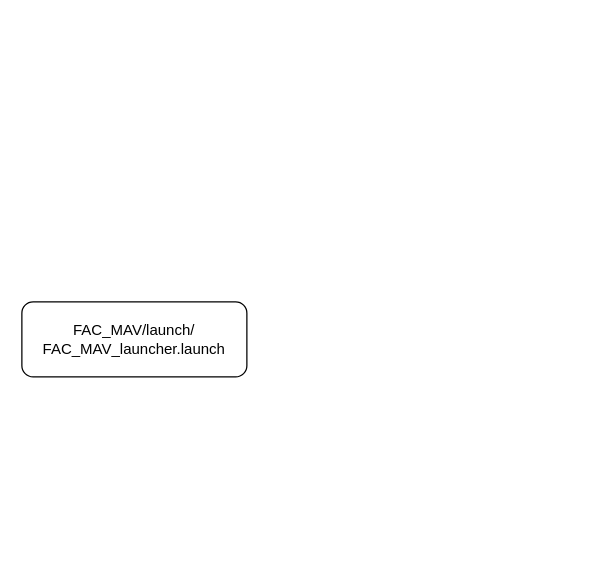
Before: Drone_Code_flow-chart.drawio in RealChestnut/RealChestnut, a draw.io diagram. Source tidied: cells renumbered, new cells numbered last; positions are measured from the earlier drawing's top-left corner, leaving out a move shared by most shapes. Both pictures are drawn from the tidied source at 125%, with x=0, y=0 at pixel (21, 301).
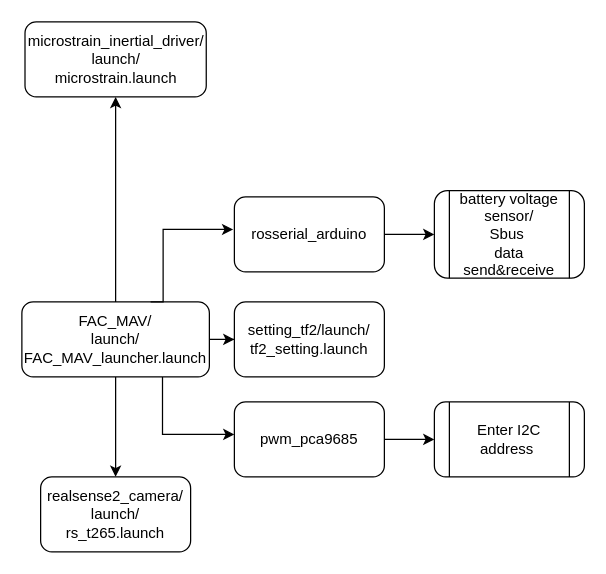
The same diagram, later.

Change to the diagram source:
```diff
@@
+    <mxCell id="3" style="edgeStyle=orthogonalEdgeStyle;rounded=0;jettySize=auto;html=1;" parent="1" edge="1" source="2" target="6">
+      <mxGeometry relative="1" as="geometry" />
+    </mxCell>
+    <mxCell id="4" style="edgeStyle=orthogonalEdgeStyle;rounded=0;jettySize=auto;html=1;" parent="1" edge="1" source="2" target="7">
+      <mxGeometry relative="1" as="geometry" />
+    </mxCell>
+    <mxCell id="5" style="edgeStyle=orthogonalEdgeStyle;rounded=0;jettySize=auto;html=1;" parent="1" edge="1" source="2" target="8">
+      <mxGeometry relative="1" as="geometry" />
+    </mxCell>
-    <mxCell id="2" value="FAC_MAV/launch/&lt;br&gt;FAC_MAV_launcher.launch" style="rounded=1;whiteSpace=wrap;html=1;" parent="1" vertex="1">
-      <mxGeometry width="180" height="60" as="geometry" />
+    <mxCell id="2" value="FAC_MAV/&lt;br&gt;launch/&lt;br&gt;FAC_MAV_launcher.launch" style="rounded=1;whiteSpace=wrap;html=1;" parent="1" vertex="1">
+      <mxGeometry width="150" height="60" as="geometry" />
     </mxCell>
+    <mxCell id="6" value="setting_tf2/launch/&lt;br&gt;tf2_setting.launch" style="whiteSpace=wrap;html=1;rounded=1;" parent="1" vertex="1">
+      <mxGeometry x="170" width="120" height="60" as="geometry" />
+    </mxCell>
+    <mxCell id="7" value="microstrain_inertial_driver/&lt;br&gt;launch/&lt;br&gt;microstrain.launch" style="whiteSpace=wrap;html=1;rounded=1;" parent="1" vertex="1">
+      <mxGeometry x="2.5" y="-224" width="145" height="60" as="geometry" />
+    </mxCell>
+    <mxCell id="8" value="realsense2_camera/&lt;br&gt;launch/&lt;br&gt;rs_t265.launch" style="whiteSpace=wrap;html=1;rounded=1;" parent="1" vertex="1">
+      <mxGeometry x="15" y="140" width="120" height="60" as="geometry" />
+    </mxCell>
+    <mxCell id="9" style="edgeStyle=orthogonalEdgeStyle;rounded=0;jettySize=auto;html=1;exitX=0.75;exitY=1;exitDx=0;exitDy=0;" parent="1" edge="1" source="2">
+      <mxGeometry relative="1" as="geometry">
+        <mxPoint x="170" y="106" as="targetPoint" />
+        <Array as="points">
+          <mxPoint x="113" y="106" />
+        </Array>
+      </mxGeometry>
+    </mxCell>
+    <mxCell id="10" style="edgeStyle=orthogonalEdgeStyle;rounded=0;jettySize=auto;html=1;" parent="1" edge="1" source="11" target="15">
+      <mxGeometry relative="1" as="geometry" />
+    </mxCell>
+    <mxCell id="11" value="pwm_pca9685" style="whiteSpace=wrap;html=1;rounded=1;" parent="1" vertex="1">
+      <mxGeometry x="170" y="80" width="120" height="60" as="geometry" />
+    </mxCell>
+    <mxCell id="12" style="edgeStyle=orthogonalEdgeStyle;rounded=0;jettySize=auto;html=1;entryX=-0.008;entryY=0.434;entryDx=0;entryDy=0;entryPerimeter=0;" parent="1" edge="1" target="14">
+      <mxGeometry relative="1" as="geometry">
+        <mxPoint x="103" as="sourcePoint" />
+        <Array as="points">
+          <mxPoint x="113" />
+          <mxPoint x="113" y="-58" />
+        </Array>
+      </mxGeometry>
+    </mxCell>
+    <mxCell id="13" style="edgeStyle=orthogonalEdgeStyle;rounded=0;jettySize=auto;html=1;" parent="1" edge="1" source="14" target="16">
+      <mxGeometry relative="1" as="geometry" />
+    </mxCell>
+    <mxCell id="14" value="rosserial_arduino" style="whiteSpace=wrap;html=1;rounded=1;" parent="1" vertex="1">
+      <mxGeometry x="170" y="-84" width="120" height="60" as="geometry" />
+    </mxCell>
+    <mxCell id="15" value="Enter I2C address&amp;nbsp;" style="shape=process;whiteSpace=wrap;html=1;backgroundOutline=1;rounded=1;" parent="1" vertex="1">
+      <mxGeometry x="330" y="80" width="120" height="60" as="geometry" />
+    </mxCell>
+    <mxCell id="16" value="battery voltage sensor/&lt;br&gt;Sbus&amp;nbsp;&lt;br&gt;data send&amp;amp;receive" style="shape=process;whiteSpace=wrap;html=1;backgroundOutline=1;rounded=1;" parent="1" vertex="1">
+      <mxGeometry x="330" y="-89" width="120" height="70" as="geometry" />
+    </mxCell>
```
